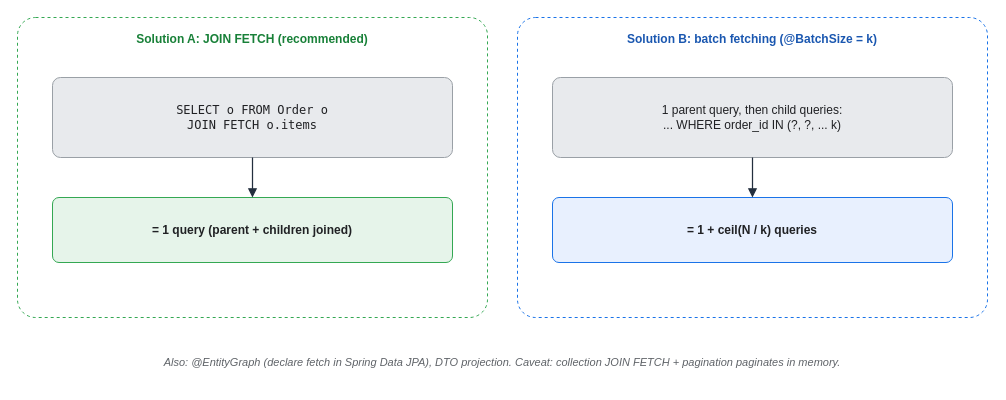
This is assets/img/spring/spring-20-n-plus-1-fix.drawio from KKamJi98/kkamji98.github.io, a draw.io file, before an edit. Source tidied: cells renumbered, new cells numbered last; positions are measured from the earlier drawing's top-left corner, leaving out a move shared by most shapes. Both pictures are drawn from the tidied source at 100%, with x=0, y=0 at pixel (17, 17).
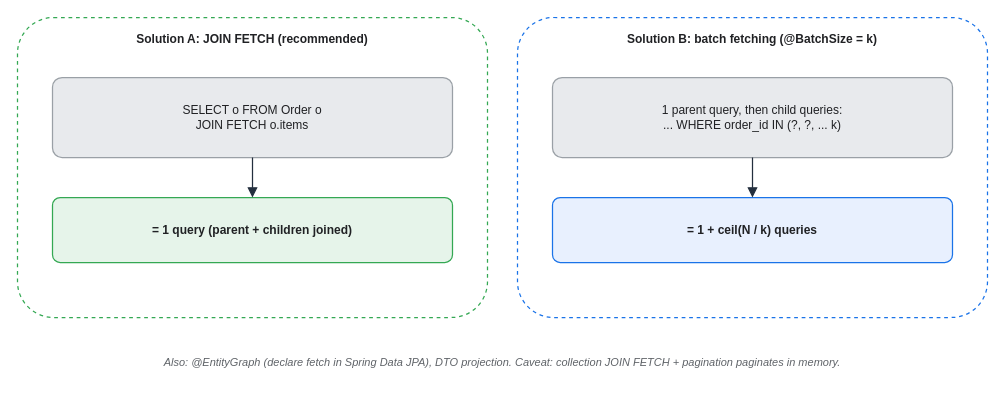
The same diagram, later.

Diff of the diagram source:
```diff
@@
 <mxGraphModel background="#FFFFFF">
   <root>
     <mxCell id="0" />
     <mxCell id="1" parent="0" />
-    <mxCell id="2" value="Solution A: JOIN FETCH (recommended)" style="rounded=1;whiteSpace=wrap;html=0;arcSize=6;shadow=0;fillColor=#FFFFFF;strokeColor=#34A853;fontColor=#188038;fontStyle=1;verticalAlign=top;align=center;dashed=1;spacingTop=8;" parent="1" vertex="1">
+    <mxCell id="2" value="Solution A: JOIN FETCH (recommended)" style="rounded=1;whiteSpace=wrap;html=0;arcSize=12;shadow=0;fillColor=#FFFFFF;strokeColor=#34A853;fontColor=#202124;fontStyle=1;verticalAlign=top;align=center;dashed=1;spacingTop=8;strokeWidth=1.25;" parent="1" vertex="1">
       <mxGeometry width="470" height="300" as="geometry" />
     </mxCell>
-    <mxCell id="3" value="SELECT o FROM Order o&#10;JOIN FETCH o.items" style="rounded=1;whiteSpace=wrap;html=0;arcSize=10;shadow=0;fillColor=#E8EAED;strokeColor=#9AA0A6;fontColor=#202124;fontFamily=monospace;" parent="1" vertex="1">
+    <mxCell id="3" value="SELECT o FROM Order o&#10;JOIN FETCH o.items" style="rounded=1;whiteSpace=wrap;html=0;arcSize=12;shadow=0;fillColor=#E8EAED;strokeColor=#9AA0A6;fontColor=#202124;strokeWidth=1.25;" parent="1" vertex="1">
       <mxGeometry x="35" y="60" width="400" height="80" as="geometry" />
     </mxCell>
-    <mxCell id="4" value="= 1 query (parent + children joined)" style="rounded=1;whiteSpace=wrap;html=0;arcSize=10;shadow=0;fillColor=#E6F4EA;strokeColor=#34A853;fontColor=#202124;fontStyle=1;" parent="1" vertex="1">
+    <mxCell id="4" value="= 1 query (parent + children joined)" style="rounded=1;whiteSpace=wrap;html=0;arcSize=12;shadow=0;fillColor=#E6F4EA;strokeColor=#34A853;fontColor=#202124;fontStyle=1;strokeWidth=1.25;" parent="1" vertex="1">
       <mxGeometry x="35" y="180" width="400" height="65" as="geometry" />
     </mxCell>
-    <mxCell id="5" value="Solution B: batch fetching (@BatchSize = k)" style="rounded=1;whiteSpace=wrap;html=0;arcSize=6;shadow=0;fillColor=#FFFFFF;strokeColor=#1A73E8;fontColor=#1A57B0;fontStyle=1;verticalAlign=top;align=center;dashed=1;spacingTop=8;" parent="1" vertex="1">
+    <mxCell id="5" value="Solution B: batch fetching (@BatchSize = k)" style="rounded=1;whiteSpace=wrap;html=0;arcSize=12;shadow=0;fillColor=#FFFFFF;strokeColor=#1A73E8;fontColor=#202124;fontStyle=1;verticalAlign=top;align=center;dashed=1;spacingTop=8;strokeWidth=1.25;" parent="1" vertex="1">
       <mxGeometry x="500" width="470" height="300" as="geometry" />
     </mxCell>
-    <mxCell id="6" value="1 parent query, then child queries:&#10;... WHERE order_id IN (?, ?, ... k)" style="rounded=1;whiteSpace=wrap;html=0;arcSize=10;shadow=0;fillColor=#E8EAED;strokeColor=#9AA0A6;fontColor=#202124;" parent="1" vertex="1">
+    <mxCell id="6" value="1 parent query, then child queries:&#10;... WHERE order_id IN (?, ?, ... k)" style="rounded=1;whiteSpace=wrap;html=0;arcSize=12;shadow=0;fillColor=#E8EAED;strokeColor=#9AA0A6;fontColor=#202124;strokeWidth=1.25;" parent="1" vertex="1">
       <mxGeometry x="535" y="60" width="400" height="80" as="geometry" />
     </mxCell>
-    <mxCell id="7" value="= 1 + ceil(N / k) queries" style="rounded=1;whiteSpace=wrap;html=0;arcSize=10;shadow=0;fillColor=#E8F0FE;strokeColor=#1A73E8;fontColor=#202124;fontStyle=1;" parent="1" vertex="1">
+    <mxCell id="7" value="= 1 + ceil(N / k) queries" style="rounded=1;whiteSpace=wrap;html=0;arcSize=12;shadow=0;fillColor=#E8F0FE;strokeColor=#1A73E8;fontColor=#202124;fontStyle=1;strokeWidth=1.25;" parent="1" vertex="1">
       <mxGeometry x="535" y="180" width="400" height="65" as="geometry" />
     </mxCell>
     <mxCell id="8" value="Also: @EntityGraph (declare fetch in Spring Data JPA), DTO projection. Caveat: collection JOIN FETCH + pagination paginates in memory." style="text;html=0;align=center;verticalAlign=middle;whiteSpace=wrap;fontSize=11;fontColor=#5F6368;fontStyle=2;" parent="1" vertex="1">
       <mxGeometry y="325" width="970" height="40" as="geometry" />
     </mxCell>
-    <mxCell id="9" style="edgeStyle=orthogonalEdgeStyle;rounded=1;html=0;endArrow=block;strokeColor=#232F3E;strokeWidth=1.25;" parent="1" edge="1" source="3" target="4">
+    <mxCell id="9" style="edgeStyle=orthogonalEdgeStyle;rounded=1;html=0;endArrow=block;strokeColor=#232F3E;strokeWidth=1.25;endSize=7;fontColor=#202124;" parent="1" edge="1" source="3" target="4">
       <mxGeometry relative="1" as="geometry" />
     </mxCell>
-    <mxCell id="10" style="edgeStyle=orthogonalEdgeStyle;rounded=1;html=0;endArrow=block;strokeColor=#232F3E;strokeWidth=1.25;" parent="1" edge="1" source="6" target="7">
+    <mxCell id="10" style="edgeStyle=orthogonalEdgeStyle;rounded=1;html=0;endArrow=block;strokeColor=#232F3E;strokeWidth=1.25;endSize=7;fontColor=#202124;" parent="1" edge="1" source="6" target="7">
       <mxGeometry relative="1" as="geometry" />
     </mxCell>
   </root>
 </mxGraphModel>
```
